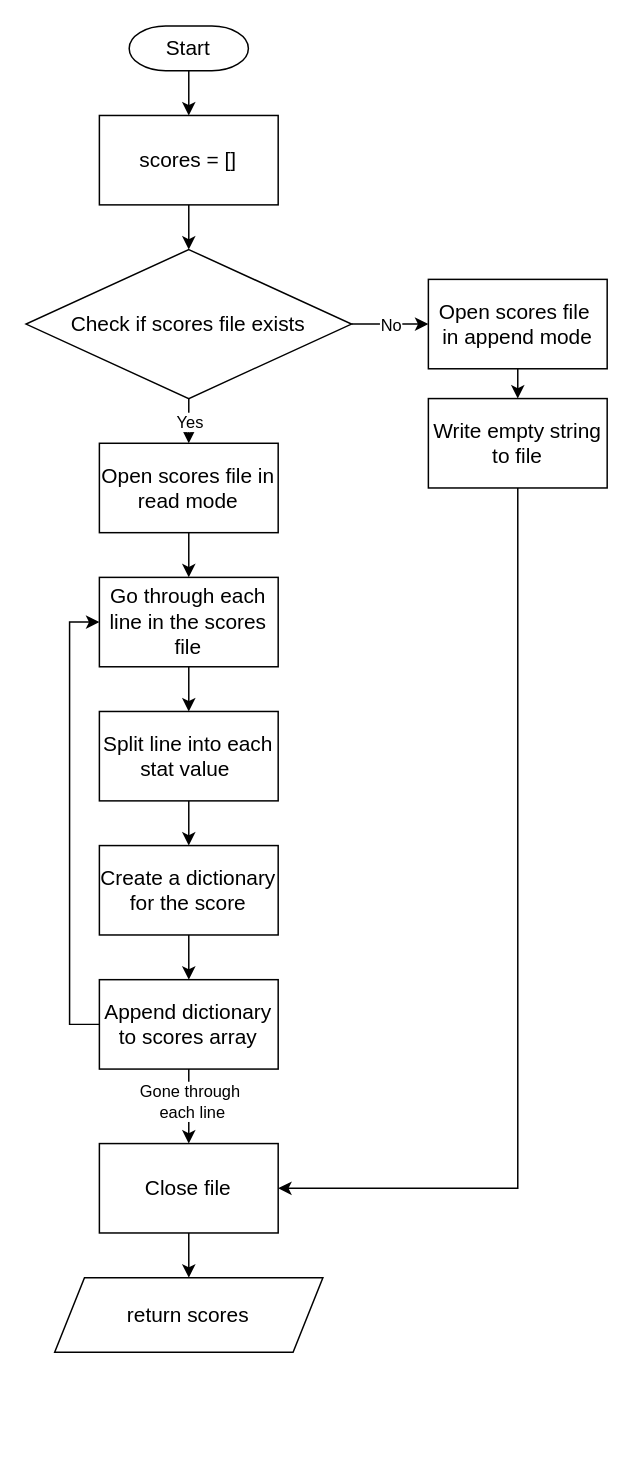
Earlier version of the draw.io diagram diagrams/algorithms/loadScoresAlgo.drawio (Bxnetic/wahtype). Source tidied: cells renumbered, new cells numbered last; positions are measured from the earlier drawing's top-left corner, leaving out a move shared by most shapes. Both pictures are drawn from the tidied source at 149%, with x=0, y=0 at pixel (25, 25).
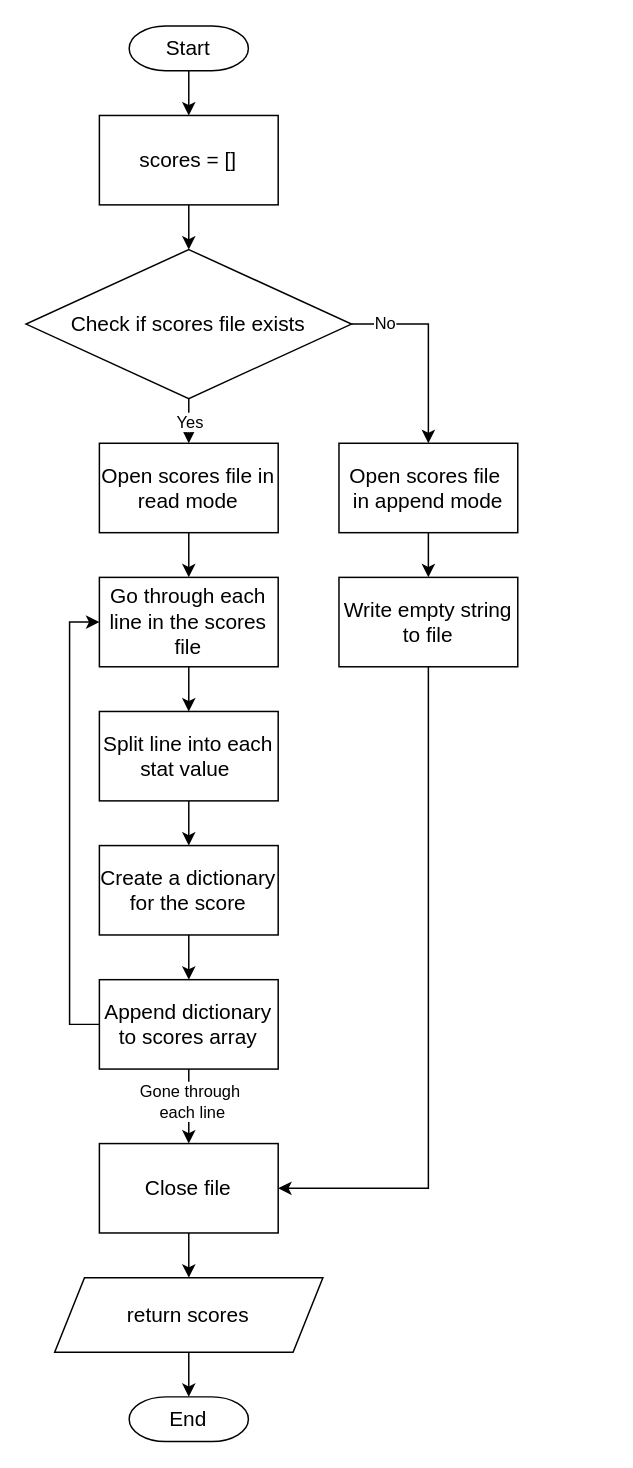
Above is the later version.

The change refers to these unchanged cells:
```xml
<mxCell id="7" value="Check if scores file exists" style="rhombus;html=1;spacing=9;spacingLeft=0;whiteSpace=wrap;labelPosition=center;verticalLabelPosition=middle;align=center;verticalAlign=middle;spacingBottom=0;gradientColor=none;fillColor=default;strokeColor=default;fontFamily=Helvetica;fontSize=14;fontColor=default;fontStyle=0;" parent="1" vertex="1">
  <mxGeometry y="150" width="218.4" height="100" as="geometry" />
</mxCell>
<mxCell id="28" value="return scores" style="shape=parallelogram;perimeter=parallelogramPerimeter;whiteSpace=wrap;html=1;fixedSize=1;fontSize=14;" parent="1" vertex="1">
  <mxGeometry x="19.2" y="840" width="180" height="50" as="geometry" />
</mxCell>
```

What changed in the source:
```diff
@@
-    <mxCell id="8" style="endArrow=classic;html=1;rounded=0;exitX=1;exitY=0.5;exitDx=0;exitDy=0;entryX=0;entryY=0.5;entryDx=0;entryDy=0;" parent="1" edge="1" source="7" target="11">
-      <mxGeometry relative="1" as="geometry" />
+    <mxCell id="8" style="endArrow=classic;html=1;rounded=0;exitX=1;exitY=0.5;exitDx=0;exitDy=0;entryX=0.5;entryY=0;entryDx=0;entryDy=0;" parent="1" edge="1" source="7" target="11">
+      <mxGeometry relative="1" as="geometry">
+        <Array as="points">
+          <mxPoint x="270" y="200" />
+        </Array>
+      </mxGeometry>
     </mxCell>
     <mxCell id="9" value="No" style="edgeLabel;html=1;align=center;verticalAlign=middle;" parent="8" vertex="1">
-      <mxGeometry relative="1" as="geometry" />
+      <mxGeometry relative="1" as="geometry">
+        <mxPoint x="-30" y="-15" as="offset" />
+      </mxGeometry>
     </mxCell>
@@
     <mxCell id="11" value="&lt;div&gt;Open scores file&amp;nbsp;&lt;/div&gt;&lt;div&gt;in append mode&lt;/div&gt;" style="rounded=0;whiteSpace=wrap;html=1;fontSize=14;" parent="1" vertex="1">
-      <mxGeometry x="270" y="170" width="120" height="60" as="geometry" />
+      <mxGeometry x="210" y="280" width="120" height="60" as="geometry" />
     </mxCell>
@@
     <mxCell id="13" value="Write empty string to file" style="rounded=0;whiteSpace=wrap;html=1;fontSize=14;" parent="1" vertex="1">
-      <mxGeometry x="270" y="250" width="120" height="60" as="geometry" />
+      <mxGeometry x="210" y="370" width="120" height="60" as="geometry" />
     </mxCell>
@@
+    <mxCell id="31" style="edgeStyle=orthogonalEdgeStyle;rounded=0;jettySize=auto;html=1;exitX=0.5;exitY=1;exitDx=0;exitDy=0;entryX=0.5;entryY=0;entryDx=0;entryDy=0;entryPerimeter=0;" parent="1" edge="1" source="28" target="32">
+      <mxGeometry relative="1" as="geometry" />
+    </mxCell>
@@
+    <mxCell id="32" value="End" style="strokeWidth=1;html=1;shape=mxgraph.flowchart.terminator;whiteSpace=wrap;fontSize=14;" parent="1" vertex="1">
+      <mxGeometry x="69.2" y="920" width="80" height="30" as="geometry" />
+    </mxCell>
```
